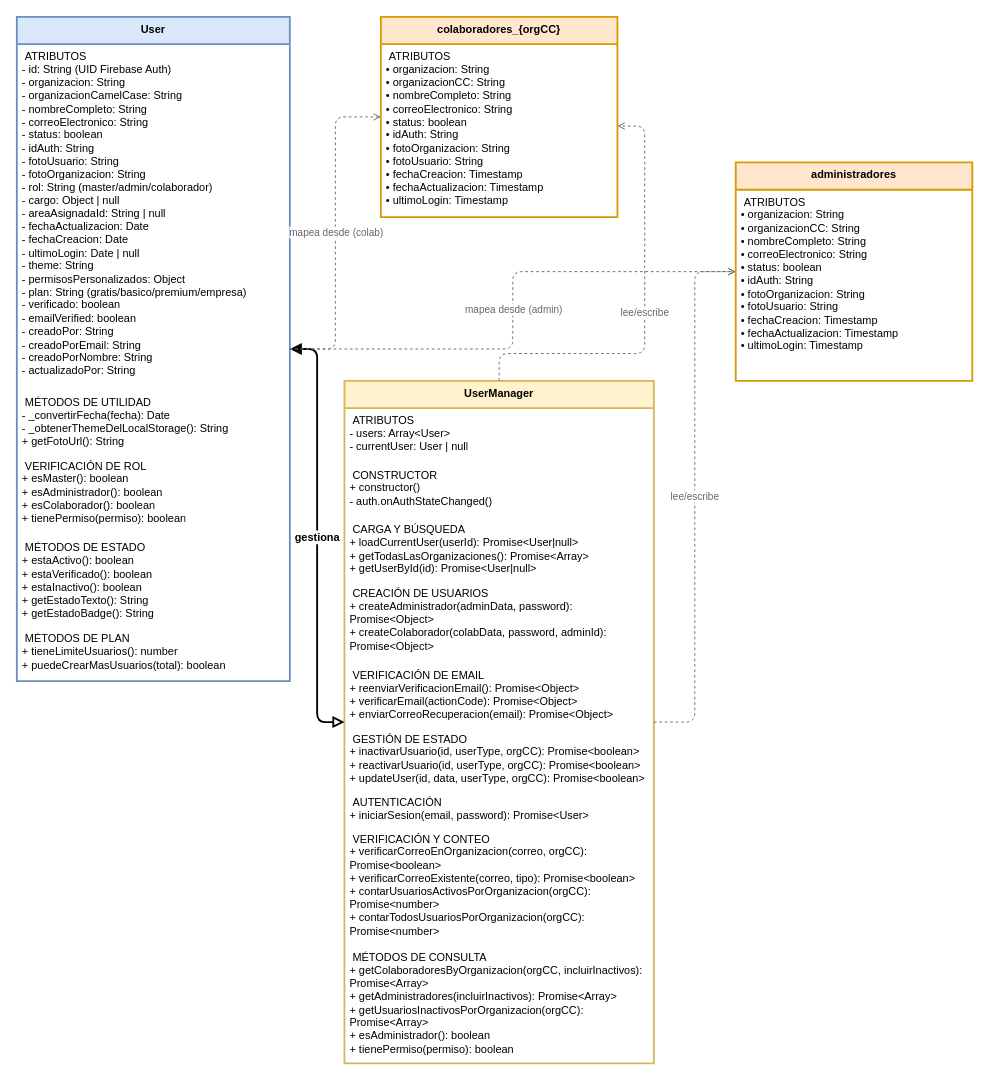
Before: draw/userClass.drawio in desarrolloti-hub/Centinela-mx, a draw.io diagram. Source tidied: cells renumbered, new cells numbered last; positions are measured from the earlier drawing's top-left corner, leaving out a move shared by most shapes. Both pictures are drawn from the tidied source at 91%, with x=0, y=0 at pixel (16, 16).
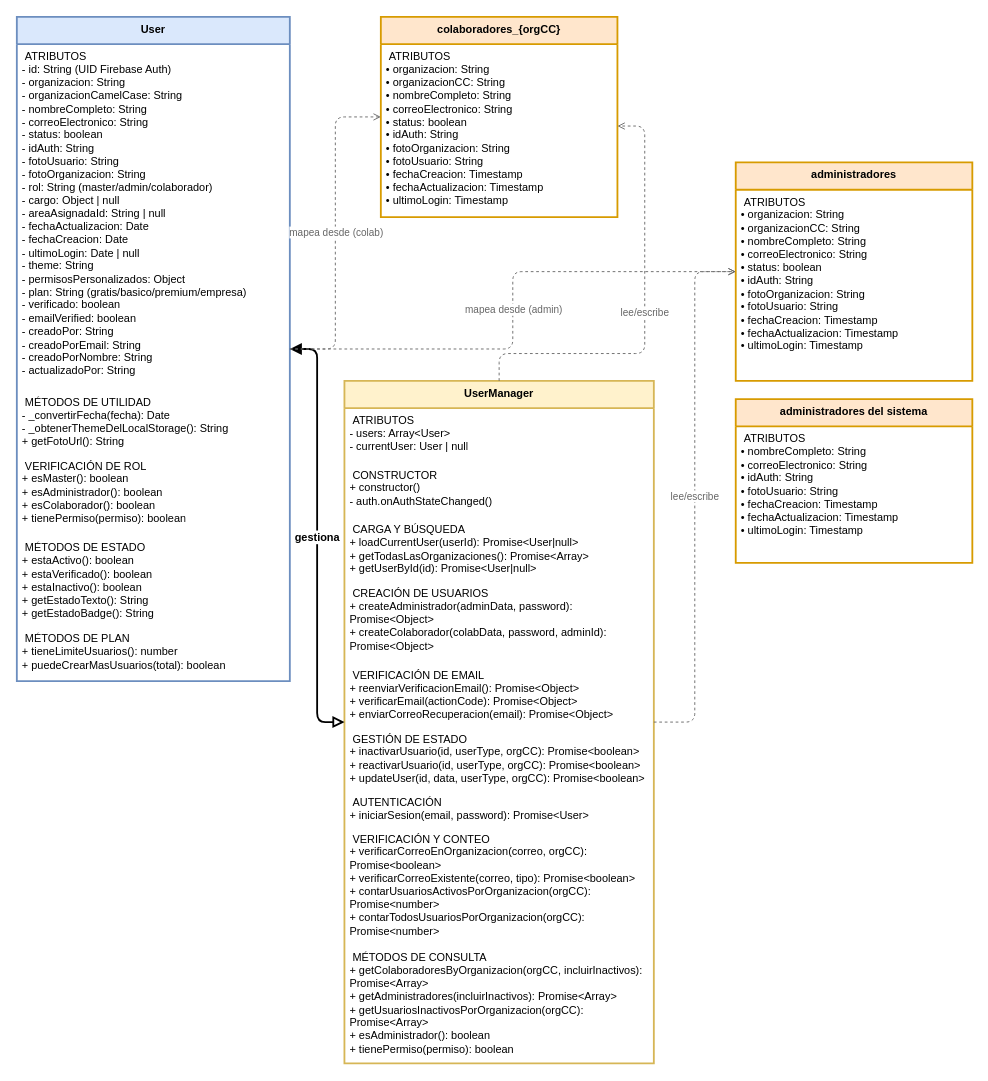
Above is the later version.

Commit message (it also covers changes not shown here):
Modificación en clase de userManager y diagrama de clase

The edit, as a diff of the source:
```diff
@@
+    <mxCell id="32" value="administradores del sistema" style="swimlane;fontStyle=1;align=center;verticalAlign=top;horizontal=1;startSize=30;rounded=0;shadow=0;strokeWidth=2;fillColor=#ffe6cc;strokeColor=#d79b00;fontColor=#000000;" parent="1" vertex="1">
+      <mxGeometry x="790" y="420" width="260" height="180" as="geometry" />
+    </mxCell>
+    <mxCell id="33" value=" ATRIBUTOS&#10;• nombreCompleto: String&#10;• correoElectronico: String&#10;• idAuth: String&#10;• fotoUsuario: String&#10;• fechaCreacion: Timestamp&#10;• fechaActualizacion: Timestamp&#10;• ultimoLogin: Timestamp" style="text;strokeColor=none;fillColor=none;align=left;verticalAlign=top;spacingLeft=4;spacingRight=4;whiteSpace=wrap;overflow=hidden;" parent="32" vertex="1">
+      <mxGeometry y="30" width="260" height="140" as="geometry" />
+    </mxCell>
```
